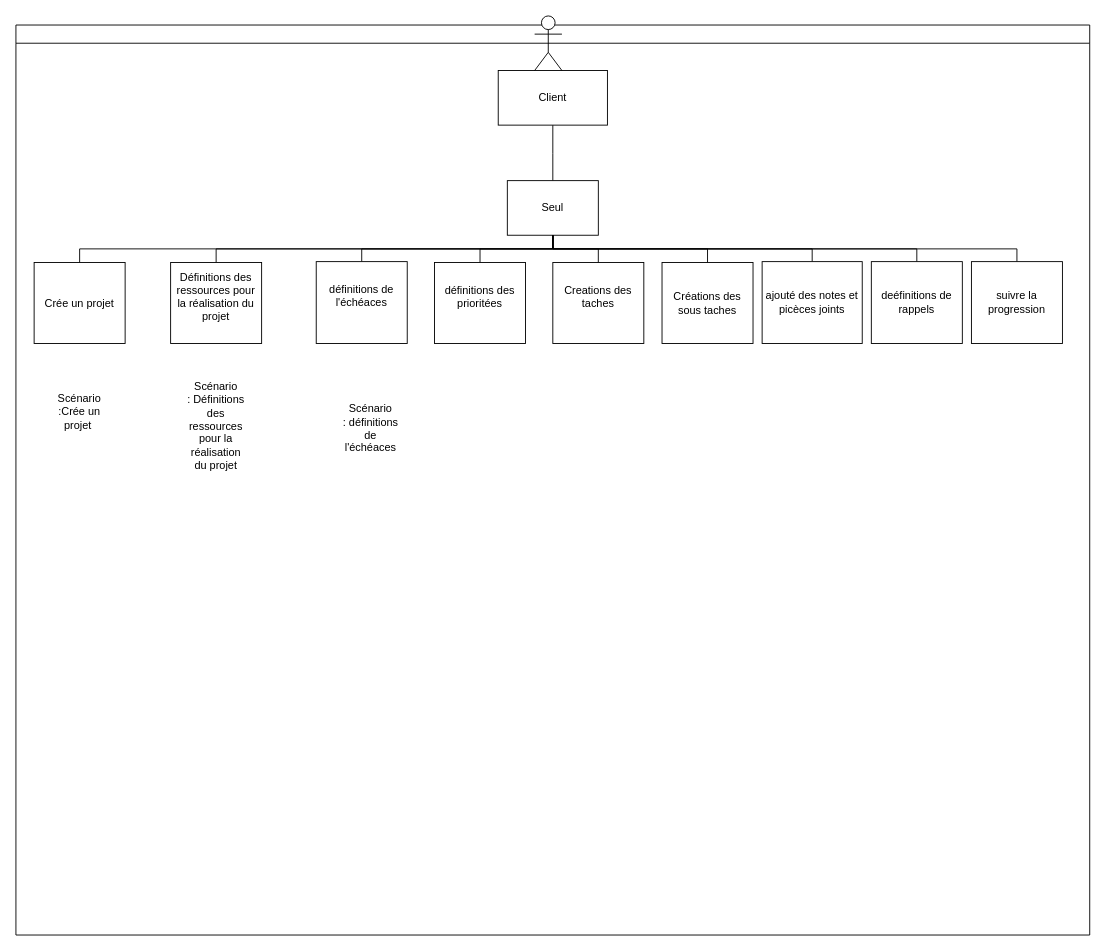
Before: page "seul" (2 of 3) of scénario_projet_a_terminer.drawio in Nazkull/gestionnaire-de-tache, a draw.io diagram. Source tidied: cells renumbered, new cells numbered last; positions are measured from the earlier drawing's top-left corner, leaving out a move shared by most shapes. Both pictures are drawn from the tidied source at 91%, with x=0, y=0 at pixel (15, 15).
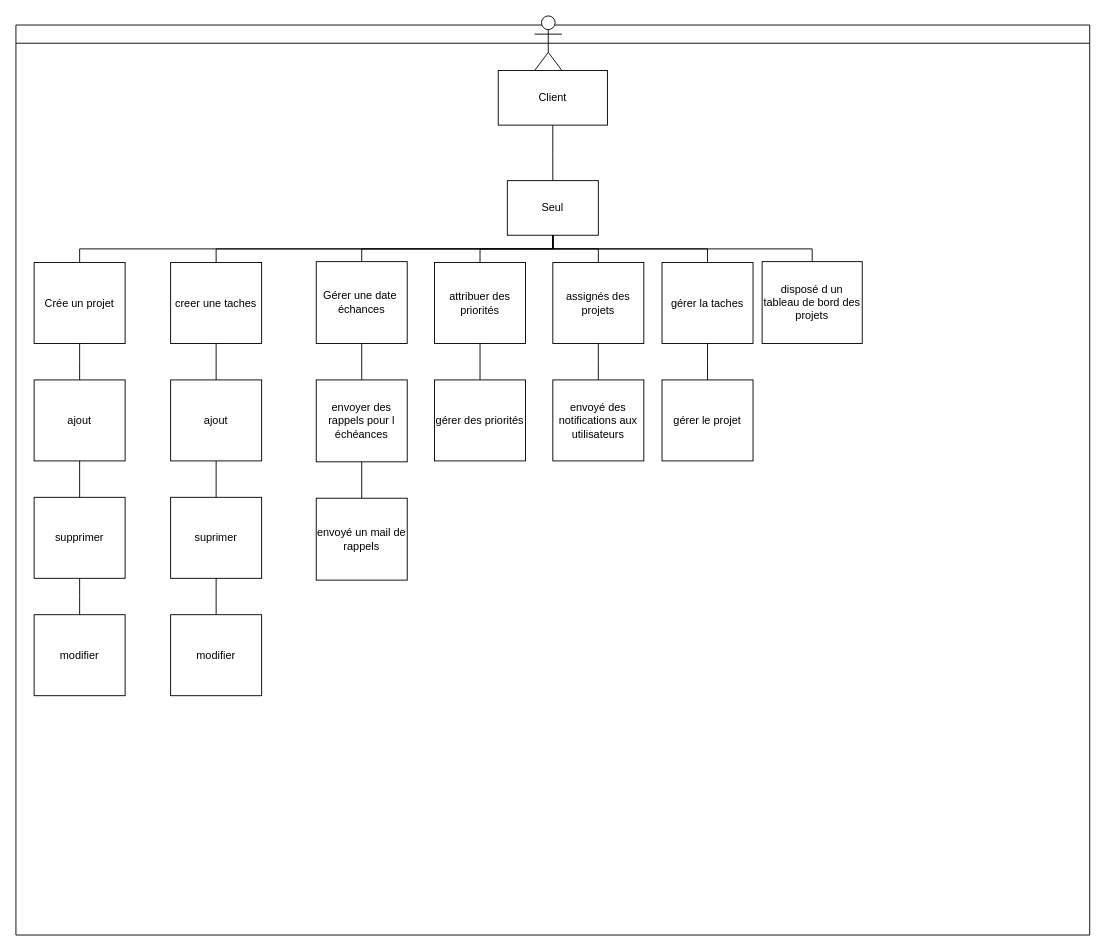
After the change.

Unchanged cells that the change refers to:
```xml
<mxCell id="2" style="swimlane;startSize=20;horizontal=1;containerType=tree;newEdgeStyle={&quot;edgeStyle&quot;:&quot;elbowEdgeStyle&quot;,&quot;startArrow&quot;:&quot;none&quot;,&quot;endArrow&quot;:&quot;none&quot;};" parent="1" vertex="1">
  <mxGeometry y="10" width="1180" height="1000" as="geometry" />
</mxCell>
<mxCell id="5" value="Seul" style="whiteSpace=wrap;html=1;align=center;verticalAlign=middle;newEdgeStyle={&quot;edgeStyle&quot;:&quot;elbowEdgeStyle&quot;,&quot;startArrow&quot;:&quot;none&quot;,&quot;endArrow&quot;:&quot;none&quot;};" parent="2" vertex="1">
  <mxGeometry x="540" y="171" width="100" height="60" as="geometry" />
</mxCell>
<mxCell id="7" value="Crée un projet" style="whiteSpace=wrap;html=1;align=center;verticalAlign=middle;newEdgeStyle={&quot;edgeStyle&quot;:&quot;elbowEdgeStyle&quot;,&quot;startArrow&quot;:&quot;none&quot;,&quot;endArrow&quot;:&quot;none&quot;};" parent="2" vertex="1">
  <mxGeometry x="20" y="261" width="100" height="89" as="geometry" />
</mxCell>
```

Diff of the diagram source:
```diff
@@
-    <mxCell id="11" value="&lt;div&gt;Définitions des ressources pour la réalisation du projet&lt;/div&gt;&lt;div&gt;&lt;br&gt;&lt;/div&gt;" style="whiteSpace=wrap;html=1;align=center;verticalAlign=middle;newEdgeStyle={&quot;edgeStyle&quot;:&quot;elbowEdgeStyle&quot;,&quot;startArrow&quot;:&quot;none&quot;,&quot;endArrow&quot;:&quot;none&quot;};" parent="2" vertex="1">
+    <mxCell id="11" value="creer une taches" style="whiteSpace=wrap;html=1;align=center;verticalAlign=middle;newEdgeStyle={&quot;edgeStyle&quot;:&quot;elbowEdgeStyle&quot;,&quot;startArrow&quot;:&quot;none&quot;,&quot;endArrow&quot;:&quot;none&quot;};" parent="2" vertex="1">
       <mxGeometry x="170" y="261" width="100" height="89" as="geometry" />
     </mxCell>
@@
-    <mxCell id="13" value="&lt;div&gt;définitions de l'échéaces&lt;/div&gt;&lt;div&gt;&lt;br&gt;&lt;/div&gt;" style="whiteSpace=wrap;html=1;align=center;verticalAlign=middle;newEdgeStyle={&quot;edgeStyle&quot;:&quot;elbowEdgeStyle&quot;,&quot;startArrow&quot;:&quot;none&quot;,&quot;endArrow&quot;:&quot;none&quot;};" parent="2" vertex="1">
+    <mxCell id="13" value="&lt;div&gt;Gérer une date&amp;nbsp;&lt;/div&gt;&lt;div&gt;échances&lt;/div&gt;" style="whiteSpace=wrap;html=1;align=center;verticalAlign=middle;newEdgeStyle={&quot;edgeStyle&quot;:&quot;elbowEdgeStyle&quot;,&quot;startArrow&quot;:&quot;none&quot;,&quot;endArrow&quot;:&quot;none&quot;};" parent="2" vertex="1">
       <mxGeometry x="330" y="260" width="100" height="90" as="geometry" />
     </mxCell>
@@
-    <mxCell id="15" value="&lt;div&gt;définitions des prioritées&lt;/div&gt;&lt;div&gt;&lt;br&gt;&lt;/div&gt;" style="whiteSpace=wrap;html=1;align=center;verticalAlign=middle;newEdgeStyle={&quot;edgeStyle&quot;:&quot;elbowEdgeStyle&quot;,&quot;startArrow&quot;:&quot;none&quot;,&quot;endArrow&quot;:&quot;none&quot;};" parent="2" vertex="1">
+    <mxCell id="15" value="&lt;div&gt;attribuer des priorités&lt;/div&gt;" style="whiteSpace=wrap;html=1;align=center;verticalAlign=middle;newEdgeStyle={&quot;edgeStyle&quot;:&quot;elbowEdgeStyle&quot;,&quot;startArrow&quot;:&quot;none&quot;,&quot;endArrow&quot;:&quot;none&quot;};" parent="2" vertex="1">
       <mxGeometry x="460" y="261" width="100" height="89" as="geometry" />
     </mxCell>
@@
-    <mxCell id="17" value="&lt;div&gt;Creations des taches&lt;/div&gt;&lt;div&gt;&lt;br&gt;&lt;/div&gt;" style="whiteSpace=wrap;html=1;align=center;verticalAlign=middle;newEdgeStyle={&quot;edgeStyle&quot;:&quot;elbowEdgeStyle&quot;,&quot;startArrow&quot;:&quot;none&quot;,&quot;endArrow&quot;:&quot;none&quot;};direction=west;" parent="2" vertex="1">
+    <mxCell id="17" value="&lt;div&gt;assignés des projets&lt;/div&gt;" style="whiteSpace=wrap;html=1;align=center;verticalAlign=middle;newEdgeStyle={&quot;edgeStyle&quot;:&quot;elbowEdgeStyle&quot;,&quot;startArrow&quot;:&quot;none&quot;,&quot;endArrow&quot;:&quot;none&quot;};direction=west;" parent="2" vertex="1">
       <mxGeometry x="590" y="261" width="100" height="89" as="geometry" />
     </mxCell>
@@
-    <mxCell id="19" value="Créations des sous taches" style="whiteSpace=wrap;html=1;align=center;verticalAlign=middle;newEdgeStyle={&quot;edgeStyle&quot;:&quot;elbowEdgeStyle&quot;,&quot;startArrow&quot;:&quot;none&quot;,&quot;endArrow&quot;:&quot;none&quot;};" parent="2" vertex="1">
+    <mxCell id="19" value="gérer la taches" style="whiteSpace=wrap;html=1;align=center;verticalAlign=middle;newEdgeStyle={&quot;edgeStyle&quot;:&quot;elbowEdgeStyle&quot;,&quot;startArrow&quot;:&quot;none&quot;,&quot;endArrow&quot;:&quot;none&quot;};" parent="2" vertex="1">
       <mxGeometry x="710" y="261" width="100" height="89" as="geometry" />
     </mxCell>
@@
-    <mxCell id="21" value="ajouté des notes et picèces joints" style="whiteSpace=wrap;html=1;align=center;verticalAlign=middle;newEdgeStyle={&quot;edgeStyle&quot;:&quot;elbowEdgeStyle&quot;,&quot;startArrow&quot;:&quot;none&quot;,&quot;endArrow&quot;:&quot;none&quot;};" parent="2" vertex="1">
+    <mxCell id="21" value="disposé d un tableau de bord des projets" style="whiteSpace=wrap;html=1;align=center;verticalAlign=middle;newEdgeStyle={&quot;edgeStyle&quot;:&quot;elbowEdgeStyle&quot;,&quot;startArrow&quot;:&quot;none&quot;,&quot;endArrow&quot;:&quot;none&quot;};" parent="2" vertex="1">
       <mxGeometry x="820" y="260" width="110" height="90" as="geometry" />
     </mxCell>
-    <mxCell id="22" style="edgeStyle=elbowEdgeStyle;elbow=vertical;sourcePerimeterSpacing=0;targetPerimeterSpacing=0;startArrow=none;endArrow=none;rounded=0;curved=0;" parent="2" edge="1" source="5" target="23">
-      <mxGeometry relative="1" as="geometry" />
-    </mxCell>
-    <mxCell id="23" value="deéfinitions de rappels" style="whiteSpace=wrap;html=1;align=center;verticalAlign=middle;newEdgeStyle={&quot;edgeStyle&quot;:&quot;elbowEdgeStyle&quot;,&quot;startArrow&quot;:&quot;none&quot;,&quot;endArrow&quot;:&quot;none&quot;};" parent="2" vertex="1">
-      <mxGeometry x="940" y="260" width="100" height="90" as="geometry" />
-    </mxCell>
-    <mxCell id="24" style="edgeStyle=elbowEdgeStyle;elbow=vertical;sourcePerimeterSpacing=0;targetPerimeterSpacing=0;startArrow=none;endArrow=none;rounded=0;curved=0;" parent="2" edge="1" source="5" target="25">
-      <mxGeometry relative="1" as="geometry" />
-    </mxCell>
-    <mxCell id="25" value="suivre la progression" style="whiteSpace=wrap;html=1;align=center;verticalAlign=middle;newEdgeStyle={&quot;edgeStyle&quot;:&quot;elbowEdgeStyle&quot;,&quot;startArrow&quot;:&quot;none&quot;,&quot;endArrow&quot;:&quot;none&quot;};" parent="2" vertex="1">
-      <mxGeometry x="1050" y="260" width="100" height="90" as="geometry" />
-    </mxCell>
-    <mxCell id="26" value="Scénario :Crée un projet&amp;nbsp;" style="text;html=1;align=center;verticalAlign=middle;whiteSpace=wrap;rounded=0;fontFamily=Helvetica;fontSize=12;fontColor=default;" parent="2" vertex="1">
-      <mxGeometry x="40" y="410" width="60" height="30" as="geometry" />
-    </mxCell>
-    <mxCell id="27" value="Scénario :&amp;nbsp;&lt;span style=&quot;background-color: initial;&quot;&gt;Définitions des ressources pour la réalisation du projet&lt;/span&gt;&lt;div&gt;&lt;br&gt;&lt;/div&gt;&amp;nbsp;" style="text;html=1;align=center;verticalAlign=middle;whiteSpace=wrap;rounded=0;fontFamily=Helvetica;fontSize=12;fontColor=default;" parent="2" vertex="1">
-      <mxGeometry x="190" y="440" width="60" height="30" as="geometry" />
-    </mxCell>
@@
-    <mxCell id="29" value="Scénario :&amp;nbsp;&lt;span style=&quot;background-color: initial;&quot;&gt;définitions de l'échéaces&lt;/span&gt;&lt;div&gt;&lt;br&gt;&lt;/div&gt;&lt;div&gt;&lt;br&gt;&lt;/div&gt;&amp;nbsp;" style="text;html=1;align=center;verticalAlign=middle;whiteSpace=wrap;rounded=0;fontFamily=Helvetica;fontSize=12;fontColor=default;" parent="2" vertex="1">
-      <mxGeometry x="360" y="450" width="60" height="30" as="geometry" />
-    </mxCell>
+    <mxCell id="30" style="edgeStyle=elbowEdgeStyle;elbow=vertical;sourcePerimeterSpacing=0;targetPerimeterSpacing=0;startArrow=none;endArrow=none;rounded=0;curved=0;" parent="2" edge="1" source="11" target="31">
+      <mxGeometry relative="1" as="geometry" />
+    </mxCell>
+    <mxCell id="31" value="ajout" style="whiteSpace=wrap;html=1;align=center;verticalAlign=middle;newEdgeStyle={&quot;edgeStyle&quot;:&quot;elbowEdgeStyle&quot;,&quot;startArrow&quot;:&quot;none&quot;,&quot;endArrow&quot;:&quot;none&quot;};" parent="2" vertex="1">
+      <mxGeometry x="170" y="390" width="100" height="89" as="geometry" />
+    </mxCell>
+    <mxCell id="32" style="edgeStyle=elbowEdgeStyle;elbow=vertical;sourcePerimeterSpacing=0;targetPerimeterSpacing=0;startArrow=none;endArrow=none;rounded=0;curved=0;" parent="2" edge="1" source="31" target="33">
+      <mxGeometry relative="1" as="geometry" />
+    </mxCell>
+    <mxCell id="33" value="suprimer" style="whiteSpace=wrap;html=1;align=center;verticalAlign=middle;newEdgeStyle={&quot;edgeStyle&quot;:&quot;elbowEdgeStyle&quot;,&quot;startArrow&quot;:&quot;none&quot;,&quot;endArrow&quot;:&quot;none&quot;};" parent="2" vertex="1">
+      <mxGeometry x="170" y="519" width="100" height="89" as="geometry" />
+    </mxCell>
+    <mxCell id="34" style="edgeStyle=elbowEdgeStyle;elbow=vertical;sourcePerimeterSpacing=0;targetPerimeterSpacing=0;startArrow=none;endArrow=none;rounded=0;curved=0;" parent="2" edge="1" source="33" target="35">
+      <mxGeometry relative="1" as="geometry" />
+    </mxCell>
+    <mxCell id="35" value="modifier" style="whiteSpace=wrap;html=1;align=center;verticalAlign=middle;newEdgeStyle={&quot;edgeStyle&quot;:&quot;elbowEdgeStyle&quot;,&quot;startArrow&quot;:&quot;none&quot;,&quot;endArrow&quot;:&quot;none&quot;};" parent="2" vertex="1">
+      <mxGeometry x="170" y="648" width="100" height="89" as="geometry" />
+    </mxCell>
+    <mxCell id="36" style="edgeStyle=elbowEdgeStyle;elbow=vertical;sourcePerimeterSpacing=0;targetPerimeterSpacing=0;startArrow=none;endArrow=none;rounded=0;curved=0;" parent="2" edge="1" source="7" target="37">
+      <mxGeometry relative="1" as="geometry" />
+    </mxCell>
+    <mxCell id="37" value="ajout" style="whiteSpace=wrap;html=1;align=center;verticalAlign=middle;newEdgeStyle={&quot;edgeStyle&quot;:&quot;elbowEdgeStyle&quot;,&quot;startArrow&quot;:&quot;none&quot;,&quot;endArrow&quot;:&quot;none&quot;};" parent="2" vertex="1">
+      <mxGeometry x="20" y="390" width="100" height="89" as="geometry" />
+    </mxCell>
+    <mxCell id="38" style="edgeStyle=elbowEdgeStyle;elbow=vertical;sourcePerimeterSpacing=0;targetPerimeterSpacing=0;startArrow=none;endArrow=none;rounded=0;curved=0;" parent="2" edge="1" source="37" target="39">
+      <mxGeometry relative="1" as="geometry" />
+    </mxCell>
+    <mxCell id="39" value="supprimer" style="whiteSpace=wrap;html=1;align=center;verticalAlign=middle;newEdgeStyle={&quot;edgeStyle&quot;:&quot;elbowEdgeStyle&quot;,&quot;startArrow&quot;:&quot;none&quot;,&quot;endArrow&quot;:&quot;none&quot;};" parent="2" vertex="1">
+      <mxGeometry x="20" y="519" width="100" height="89" as="geometry" />
+    </mxCell>
+    <mxCell id="40" style="edgeStyle=elbowEdgeStyle;elbow=vertical;sourcePerimeterSpacing=0;targetPerimeterSpacing=0;startArrow=none;endArrow=none;rounded=0;curved=0;" parent="2" edge="1" source="39" target="41">
+      <mxGeometry relative="1" as="geometry" />
+    </mxCell>
+    <mxCell id="41" value="modifier" style="whiteSpace=wrap;html=1;align=center;verticalAlign=middle;newEdgeStyle={&quot;edgeStyle&quot;:&quot;elbowEdgeStyle&quot;,&quot;startArrow&quot;:&quot;none&quot;,&quot;endArrow&quot;:&quot;none&quot;};" parent="2" vertex="1">
+      <mxGeometry x="20" y="648" width="100" height="89" as="geometry" />
+    </mxCell>
+    <mxCell id="42" style="edgeStyle=elbowEdgeStyle;elbow=vertical;sourcePerimeterSpacing=0;targetPerimeterSpacing=0;startArrow=none;endArrow=none;rounded=0;curved=0;" parent="2" edge="1" source="13" target="43">
+      <mxGeometry relative="1" as="geometry" />
+    </mxCell>
+    <mxCell id="43" value="&lt;div&gt;envoyer des rappels pour l échéances&lt;/div&gt;" style="whiteSpace=wrap;html=1;align=center;verticalAlign=middle;newEdgeStyle={&quot;edgeStyle&quot;:&quot;elbowEdgeStyle&quot;,&quot;startArrow&quot;:&quot;none&quot;,&quot;endArrow&quot;:&quot;none&quot;};" parent="2" vertex="1">
+      <mxGeometry x="330" y="390" width="100" height="90" as="geometry" />
+    </mxCell>
+    <mxCell id="44" style="edgeStyle=elbowEdgeStyle;elbow=vertical;sourcePerimeterSpacing=0;targetPerimeterSpacing=0;startArrow=none;endArrow=none;rounded=0;curved=0;" parent="2" edge="1" source="43" target="45">
+      <mxGeometry relative="1" as="geometry" />
+    </mxCell>
+    <mxCell id="45" value="&lt;div&gt;envoyé un mail de rappels&lt;/div&gt;" style="whiteSpace=wrap;html=1;align=center;verticalAlign=middle;newEdgeStyle={&quot;edgeStyle&quot;:&quot;elbowEdgeStyle&quot;,&quot;startArrow&quot;:&quot;none&quot;,&quot;endArrow&quot;:&quot;none&quot;};" parent="2" vertex="1">
+      <mxGeometry x="330" y="520" width="100" height="90" as="geometry" />
+    </mxCell>
+    <mxCell id="46" style="edgeStyle=elbowEdgeStyle;elbow=vertical;sourcePerimeterSpacing=0;targetPerimeterSpacing=0;startArrow=none;endArrow=none;rounded=0;curved=0;" parent="2" edge="1" source="15" target="47">
+      <mxGeometry relative="1" as="geometry" />
+    </mxCell>
+    <mxCell id="47" value="&lt;div&gt;gérer des priorités&lt;/div&gt;" style="whiteSpace=wrap;html=1;align=center;verticalAlign=middle;newEdgeStyle={&quot;edgeStyle&quot;:&quot;elbowEdgeStyle&quot;,&quot;startArrow&quot;:&quot;none&quot;,&quot;endArrow&quot;:&quot;none&quot;};" parent="2" vertex="1">
+      <mxGeometry x="460" y="390" width="100" height="89" as="geometry" />
+    </mxCell>
+    <mxCell id="48" style="edgeStyle=elbowEdgeStyle;elbow=vertical;sourcePerimeterSpacing=0;targetPerimeterSpacing=0;startArrow=none;endArrow=none;rounded=0;curved=0;" parent="2" edge="1" source="17" target="49">
+      <mxGeometry relative="1" as="geometry" />
+    </mxCell>
+    <mxCell id="49" value="envoyé des notifications aux utilisateurs" style="whiteSpace=wrap;html=1;align=center;verticalAlign=middle;newEdgeStyle={&quot;edgeStyle&quot;:&quot;elbowEdgeStyle&quot;,&quot;startArrow&quot;:&quot;none&quot;,&quot;endArrow&quot;:&quot;none&quot;};direction=west;" parent="2" vertex="1">
+      <mxGeometry x="590" y="390" width="100" height="89" as="geometry" />
+    </mxCell>
+    <mxCell id="50" style="edgeStyle=elbowEdgeStyle;elbow=vertical;sourcePerimeterSpacing=0;targetPerimeterSpacing=0;startArrow=none;endArrow=none;rounded=0;curved=0;" parent="2" edge="1" source="19" target="51">
+      <mxGeometry relative="1" as="geometry" />
+    </mxCell>
+    <mxCell id="51" value="gérer le projet" style="whiteSpace=wrap;html=1;align=center;verticalAlign=middle;newEdgeStyle={&quot;edgeStyle&quot;:&quot;elbowEdgeStyle&quot;,&quot;startArrow&quot;:&quot;none&quot;,&quot;endArrow&quot;:&quot;none&quot;};" parent="2" vertex="1">
+      <mxGeometry x="710" y="390" width="100" height="89" as="geometry" />
+    </mxCell>
```
